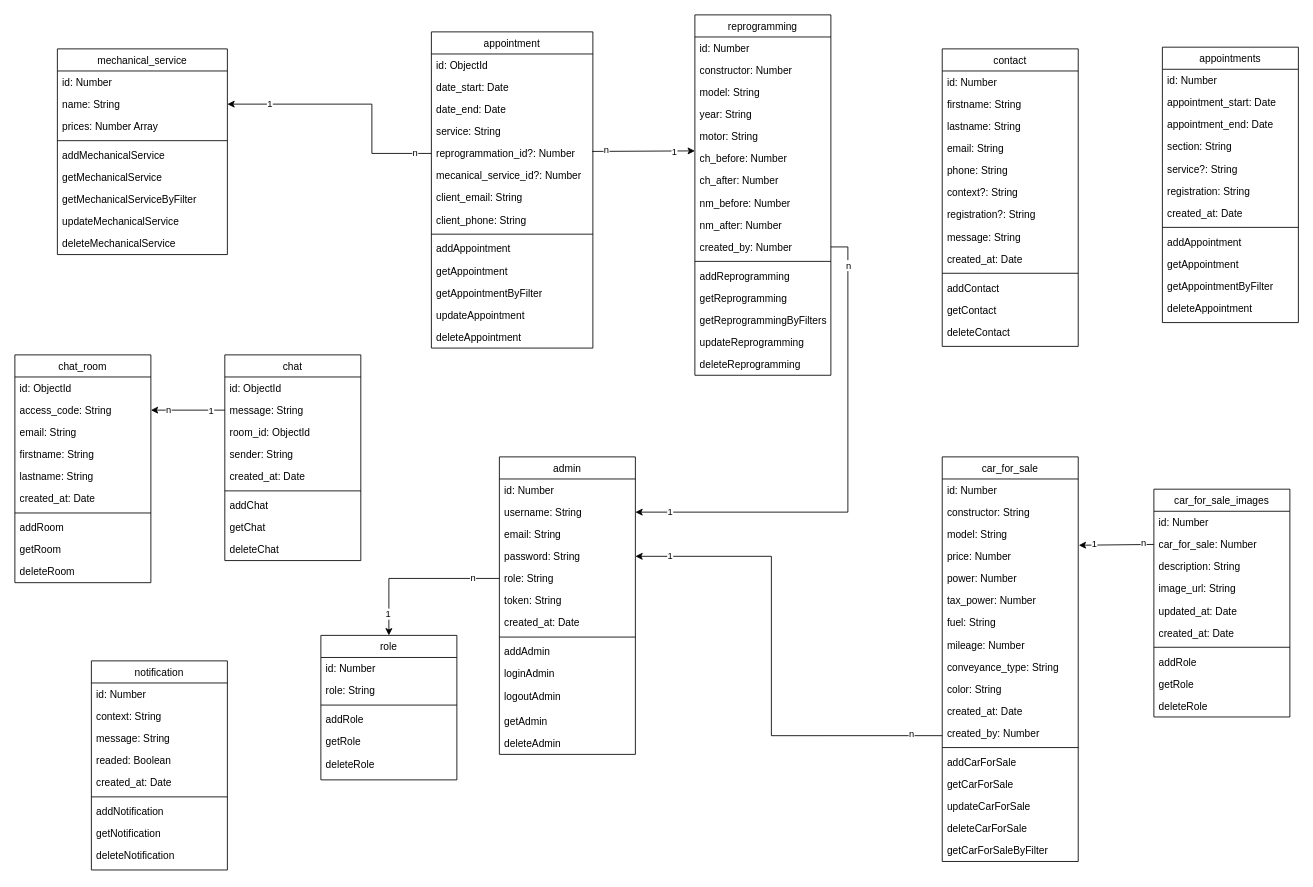
This is documentation/hephaistos-MCD.drawio from nsevendev/hephaistos, a draw.io file, before an edit. Source tidied: cells renumbered, new cells numbered last; positions are measured from the earlier drawing's top-left corner, leaving out a move shared by most shapes. Both pictures are drawn from the tidied source at 85%, with x=0, y=0 at pixel (14, 14).
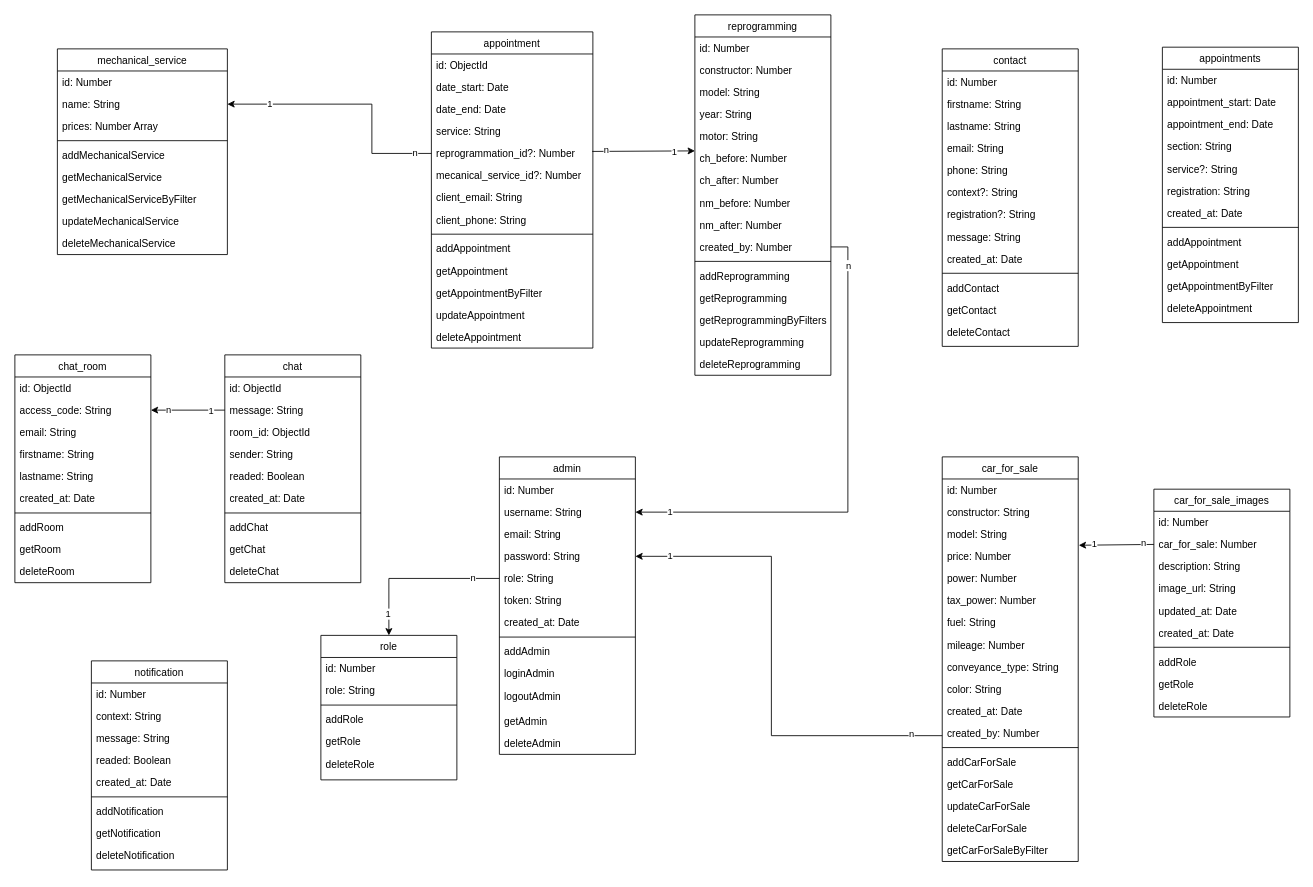
After the change.

Commit message:
modification schema chat

Change to the diagram source:
```diff
@@
     <mxCell id="59" value="chat" style="swimlane;fontStyle=0;align=center;verticalAlign=top;horizontal=1;startSize=26;rounded=0;shadow=0;strokeWidth=1;" parent="1" vertex="1">
-      <mxGeometry x="247" y="400" width="160" height="242" as="geometry" />
+      <mxGeometry x="247" y="400" width="160" height="268" as="geometry" />
     </mxCell>
@@
+    <mxCell id="174" value="readed: Boolean" style="text;align=left;verticalAlign=top;spacingLeft=4;spacingRight=4;overflow=hidden;" parent="59" vertex="1">
+      <mxGeometry y="130" width="160" height="26" as="geometry" />
+    </mxCell>
     <mxCell id="64" value="created_at: Date" style="text;align=left;verticalAlign=top;spacingLeft=4;spacingRight=4;overflow=hidden;" parent="59" vertex="1">
-      <mxGeometry y="130" width="160" height="26" as="geometry" />
+      <mxGeometry y="156" width="160" height="26" as="geometry" />
     </mxCell>
     <mxCell id="65" style="line;html=1;strokeWidth=1;align=left;verticalAlign=middle;spacingTop=-1;spacingLeft=3;spacingRight=3;labelPosition=right;" parent="59" vertex="1">
-      <mxGeometry y="156" width="160" height="8" as="geometry" />
+      <mxGeometry y="182" width="160" height="8" as="geometry" />
     </mxCell>
     <mxCell id="66" value="addChat" style="text;align=left;verticalAlign=top;spacingLeft=4;spacingRight=4;overflow=hidden;" parent="59" vertex="1">
-      <mxGeometry y="164" width="160" height="26" as="geometry" />
+      <mxGeometry y="190" width="160" height="26" as="geometry" />
     </mxCell>
     <mxCell id="67" value="getChat" style="text;align=left;verticalAlign=top;spacingLeft=4;spacingRight=4;overflow=hidden;" parent="59" vertex="1">
-      <mxGeometry y="190" width="160" height="26" as="geometry" />
+      <mxGeometry y="216" width="160" height="26" as="geometry" />
     </mxCell>
     <mxCell id="68" value="deleteChat" style="text;align=left;verticalAlign=top;spacingLeft=4;spacingRight=4;overflow=hidden;" parent="59" vertex="1">
-      <mxGeometry y="216" width="160" height="26" as="geometry" />
+      <mxGeometry y="242" width="160" height="26" as="geometry" />
     </mxCell>
```
